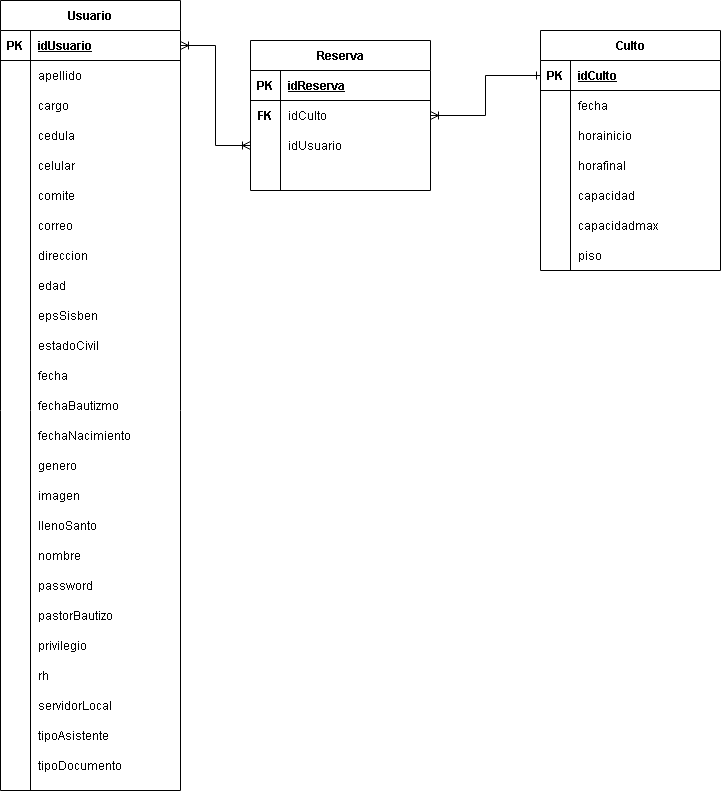
Above: SQL tables diagram.png in juandiego1007/ProyectoIglesia (draw.io), before the change. Source tidied: cells renumbered, new cells last; positions are measured from the earlier drawing's top-left corner, leaving out a move shared by most shapes.
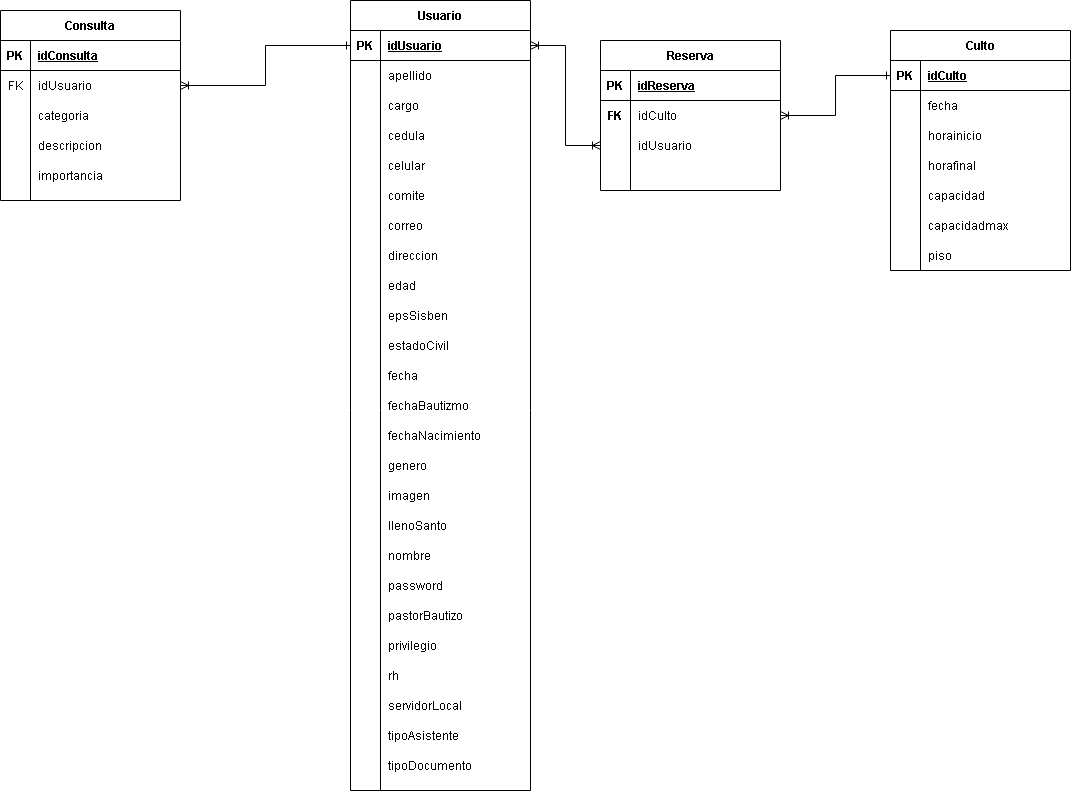
After the commit.

Diff of the diagram source:
```diff
@@ -215,5 +215,56 @@
     <mxCell id="72" style="edgeStyle=orthogonalEdgeStyle;rounded=0;jettySize=auto;html=1;endArrow=ERoneToMany;endFill=0;startArrow=ERone;startFill=0;" parent="1" edge="1" source="37" target="62">
       <mxGeometry relative="1" as="geometry" />
     </mxCell>
+    <mxCell id="73" value="Consulta" style="shape=table;startSize=30;rowLines=0;fontStyle=1;align=center;" parent="1" vertex="1">
+      <mxGeometry x="-350" y="10" width="180" height="190" as="geometry" />
+    </mxCell>
+    <mxCell id="74" style="shape=partialRectangle;fillColor=none;top=0;left=0;bottom=1;right=0;" parent="73" vertex="1">
+      <mxGeometry y="30" width="180" height="30" as="geometry" />
+    </mxCell>
+    <mxCell id="75" value="PK" style="shape=partialRectangle;fillColor=none;top=0;left=0;bottom=0;right=0;fontStyle=1;overflow=hidden;" parent="74" vertex="1">
+      <mxGeometry width="30" height="30" as="geometry" />
+    </mxCell>
+    <mxCell id="76" value="idConsulta" style="shape=partialRectangle;fillColor=none;top=0;left=0;bottom=0;right=0;align=left;spacingLeft=6;fontStyle=5;overflow=hidden;" parent="74" vertex="1">
+      <mxGeometry x="30" width="150" height="30" as="geometry" />
+    </mxCell>
+    <mxCell id="77" style="shape=partialRectangle;fillColor=none;top=0;left=0;bottom=0;right=0;points=[[0,0.5],[1,0.5]];portConstraint=eastwest;" parent="73" vertex="1">
+      <mxGeometry y="60" width="180" height="30" as="geometry" />
+    </mxCell>
+    <mxCell id="78" value="FK" style="shape=partialRectangle;fillColor=none;top=0;left=0;bottom=0;right=0;overflow=hidden;" parent="77" vertex="1">
+      <mxGeometry width="30" height="30" as="geometry" />
+    </mxCell>
+    <mxCell id="79" value="idUsuario" style="shape=partialRectangle;fillColor=none;top=0;left=0;bottom=0;right=0;align=left;spacingLeft=6;overflow=hidden;" parent="77" vertex="1">
+      <mxGeometry x="30" width="150" height="30" as="geometry" />
+    </mxCell>
+    <mxCell id="80" style="shape=partialRectangle;fillColor=none;top=0;left=0;bottom=0;right=0;" parent="73" vertex="1">
+      <mxGeometry y="90" width="180" height="30" as="geometry" />
+    </mxCell>
+    <mxCell id="81" style="shape=partialRectangle;fillColor=none;top=0;left=0;bottom=0;right=0;overflow=hidden;" parent="80" vertex="1">
+      <mxGeometry width="30" height="30" as="geometry" />
+    </mxCell>
+    <mxCell id="82" value="categoria" style="shape=partialRectangle;fillColor=none;top=0;left=0;bottom=0;right=0;align=left;spacingLeft=6;overflow=hidden;" parent="80" vertex="1">
+      <mxGeometry x="30" width="150" height="30" as="geometry" />
+    </mxCell>
+    <mxCell id="83" style="shape=partialRectangle;fillColor=none;top=0;left=0;bottom=0;right=0;" parent="73" vertex="1">
+      <mxGeometry y="120" width="180" height="30" as="geometry" />
+    </mxCell>
+    <mxCell id="84" style="shape=partialRectangle;fillColor=none;top=0;left=0;bottom=0;right=0;overflow=hidden;" parent="83" vertex="1">
+      <mxGeometry width="30" height="30" as="geometry" />
+    </mxCell>
+    <mxCell id="85" value="descripcion" style="shape=partialRectangle;fillColor=none;top=0;left=0;bottom=0;right=0;align=left;spacingLeft=6;overflow=hidden;" parent="83" vertex="1">
+      <mxGeometry x="30" width="150" height="30" as="geometry" />
+    </mxCell>
+    <mxCell id="86" style="shape=partialRectangle;fillColor=none;top=0;left=0;bottom=0;right=0;" parent="73" vertex="1">
+      <mxGeometry y="150" width="180" height="30" as="geometry" />
+    </mxCell>
+    <mxCell id="87" style="shape=partialRectangle;fillColor=none;top=0;left=0;bottom=0;right=0;overflow=hidden;" parent="86" vertex="1">
+      <mxGeometry width="30" height="30" as="geometry" />
+    </mxCell>
+    <mxCell id="88" value="importancia" style="shape=partialRectangle;fillColor=none;top=0;left=0;bottom=0;right=0;align=left;spacingLeft=6;overflow=hidden;" parent="86" vertex="1">
+      <mxGeometry x="30" width="150" height="30" as="geometry" />
+    </mxCell>
+    <mxCell id="89" style="edgeStyle=orthogonalEdgeStyle;rounded=0;jettySize=auto;html=1;startArrow=ERone;startFill=0;endArrow=ERoneToMany;endFill=0;" parent="1" edge="1" source="3" target="77">
+      <mxGeometry relative="1" as="geometry" />
+    </mxCell>
   </root>
 </mxGraphModel>
```
